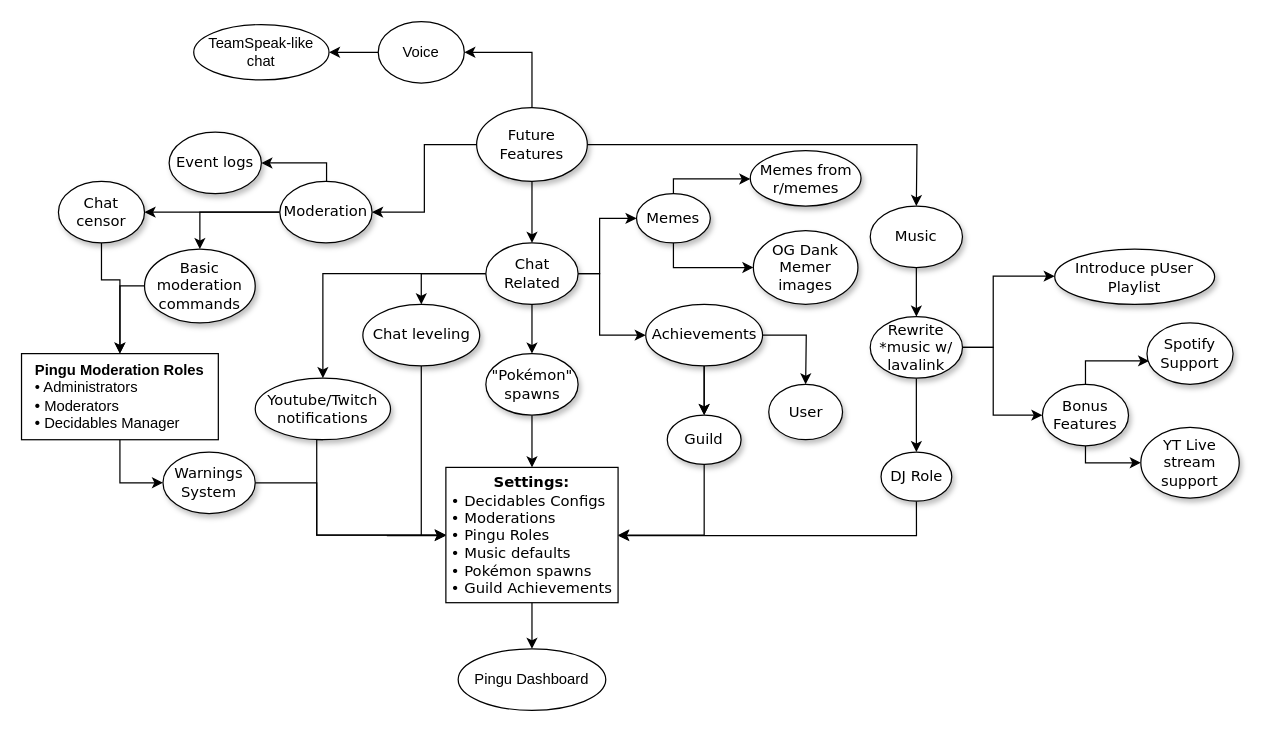
DanielSimonsen90/Pingu--Classic keeps this draw.io diagram as Untitled Diagram.drawio. Above is the earlier version. Source tidied: cells renumbered, new cells numbered last; positions are measured from the earlier drawing's top-left corner, leaving out a move shared by most shapes. Both pictures are drawn from the tidied source at 123%, with x=0, y=0 at pixel (21, 21).
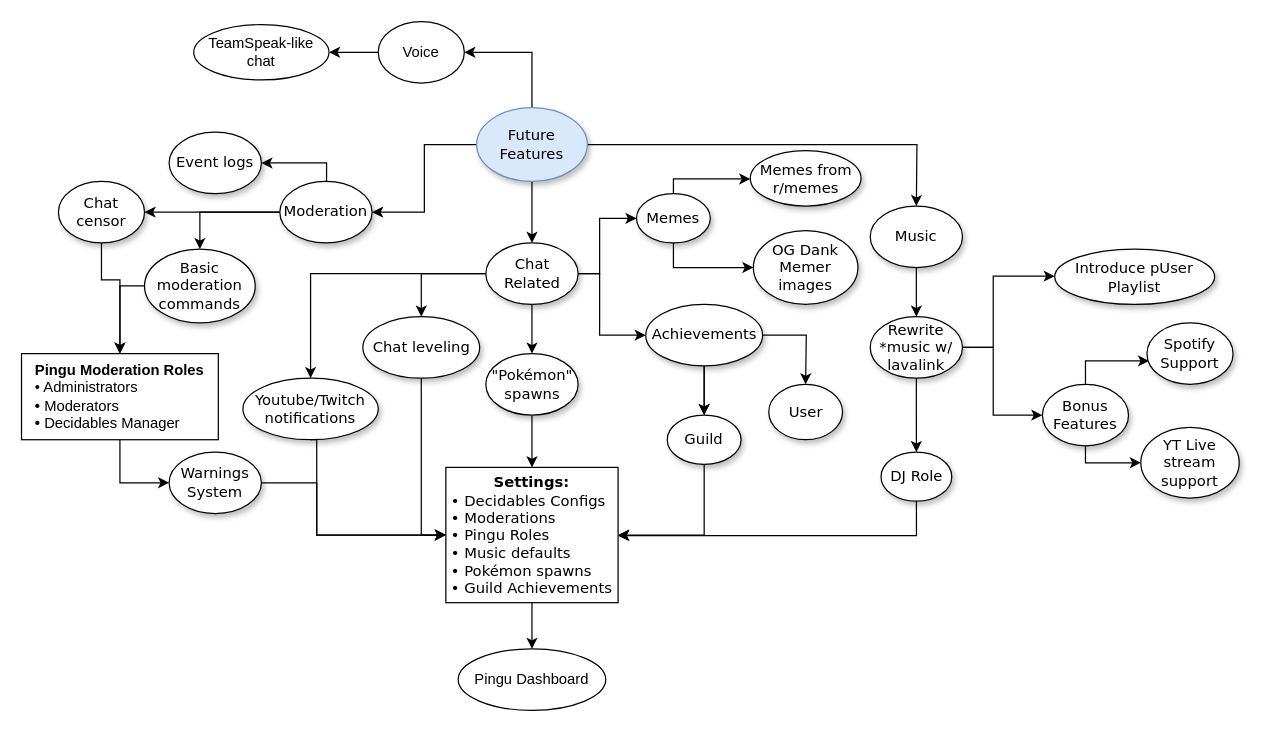
Above is the later version.

Commit message:
okay i wanted it to look good

The change refers to these unchanged cells:
```xml
<mxCell id="12" value="&lt;span&gt;Chat Related&lt;/span&gt;" style="ellipse;whiteSpace=wrap;html=1;rounded=0;shadow=1;comic=0;labelBackgroundColor=none;strokeWidth=1;fontFamily=Verdana;fontSize=12;align=center;" parent="1" vertex="1">
  <mxGeometry x="377.5" y="180" width="75" height="50" as="geometry" />
</mxCell>
<mxCell id="38" value="&lt;b&gt;&lt;span style=&quot;font-family: &amp;#34;verdana&amp;#34;&quot;&gt;Settings:&lt;/span&gt;&lt;br style=&quot;font-family: &amp;#34;verdana&amp;#34;&quot;&gt;&lt;div style=&quot;text-align: left&quot;&gt;&lt;span style=&quot;font-family: &amp;#34;verdana&amp;#34; ; font-weight: normal&quot;&gt;• Decidables Configs&lt;/span&gt;&lt;/div&gt;&lt;/b&gt;&lt;span style=&quot;font-family: &amp;#34;verdana&amp;#34;&quot;&gt;&lt;div style=&quot;text-align: left&quot;&gt;&lt;span&gt;• Moderations&lt;/span&gt;&lt;/div&gt;&lt;div style=&quot;text-align: left&quot;&gt;&lt;span&gt;• Pingu Roles&lt;/span&gt;&lt;/div&gt;&lt;/span&gt;&lt;span style=&quot;font-family: &amp;#34;verdana&amp;#34;&quot;&gt;&lt;div style=&quot;text-align: left&quot;&gt;&lt;span&gt;• Music defaults&lt;/span&gt;&lt;/div&gt;&lt;/span&gt;&lt;div style=&quot;text-align: left ; font-family: &amp;#34;verdana&amp;#34;&quot;&gt;• Pokémon spawns&lt;/div&gt;&lt;div style=&quot;text-align: left ; font-family: &amp;#34;verdana&amp;#34;&quot;&gt;• Guild Achievements&lt;/div&gt;" style="whiteSpace=wrap;html=1;strokeColor=#000000;align=center;" parent="1" vertex="1">
  <mxGeometry x="345" y="362.5" width="140" height="110" as="geometry" />
</mxCell>
```

What changed in the source:
```diff
@@
-    <mxCell id="6" value="Future Features" style="ellipse;whiteSpace=wrap;html=1;rounded=0;shadow=1;comic=0;labelBackgroundColor=none;strokeWidth=1;fontFamily=Verdana;fontSize=12;align=center;" parent="1" vertex="1">
+    <mxCell id="6" value="Future Features" style="ellipse;whiteSpace=wrap;html=1;rounded=0;shadow=1;comic=0;labelBackgroundColor=none;strokeWidth=1;fontFamily=Verdana;fontSize=12;align=center;fillColor=#dae8fc;strokeColor=#6c8ebf;" parent="1" vertex="1">
       <mxGeometry x="370" y="70" width="90" height="60" as="geometry" />
     </mxCell>
@@
     <mxCell id="11" style="edgeStyle=orthogonalEdgeStyle;rounded=0;jettySize=auto;html=1;exitX=0;exitY=0.5;exitDx=0;exitDy=0;entryX=0.5;entryY=0;entryDx=0;entryDy=0;" parent="1" edge="1" source="12" target="53">
-      <mxGeometry relative="1" as="geometry" />
+      <mxGeometry relative="1" as="geometry">
+        <Array as="points">
+          <mxPoint x="235" y="205" />
+        </Array>
+      </mxGeometry>
     </mxCell>
@@
-    <mxCell id="31" style="edgeStyle=orthogonalEdgeStyle;rounded=0;jettySize=auto;html=1;exitX=0.5;exitY=1;exitDx=0;exitDy=0;" parent="1" edge="1" source="32" target="38">
-      <mxGeometry relative="1" as="geometry">
-        <Array as="points">
-          <mxPoint x="297" y="418" />
-          <mxPoint x="420" y="418" />
-        </Array>
-      </mxGeometry>
+    <mxCell id="31" style="edgeStyle=orthogonalEdgeStyle;rounded=0;jettySize=auto;html=1;entryX=0;entryY=0.5;entryDx=0;entryDy=0;" parent="1" edge="1" source="32" target="38">
+      <mxGeometry relative="1" as="geometry" />
     </mxCell>
     <mxCell id="32" value="Chat leveling" style="ellipse;whiteSpace=wrap;html=1;rounded=0;shadow=1;comic=0;labelBackgroundColor=none;strokeWidth=1;fontFamily=Verdana;fontSize=12;align=center;" parent="1" vertex="1">
-      <mxGeometry x="277.5" y="230" width="95" height="50" as="geometry" />
+      <mxGeometry x="277.5" y="240" width="95" height="50" as="geometry" />
     </mxCell>
@@
     <mxCell id="53" value="Youtube/Twitch notifications" style="ellipse;whiteSpace=wrap;html=1;rounded=0;shadow=1;comic=0;labelBackgroundColor=none;strokeWidth=1;fontFamily=Verdana;fontSize=12;align=center;" parent="1" vertex="1">
-      <mxGeometry x="190" y="290" width="110" height="50" as="geometry" />
+      <mxGeometry x="180" y="290" width="110" height="50" as="geometry" />
     </mxCell>
@@
     <mxCell id="59" value="&lt;span&gt;Warnings System&lt;/span&gt;" style="ellipse;whiteSpace=wrap;html=1;rounded=0;shadow=1;comic=0;labelBackgroundColor=none;strokeWidth=1;fontFamily=Verdana;fontSize=12;align=center;" parent="1" vertex="1">
-      <mxGeometry x="115" y="350" width="75" height="50" as="geometry" />
+      <mxGeometry x="120" y="350" width="75" height="50" as="geometry" />
     </mxCell>
```
